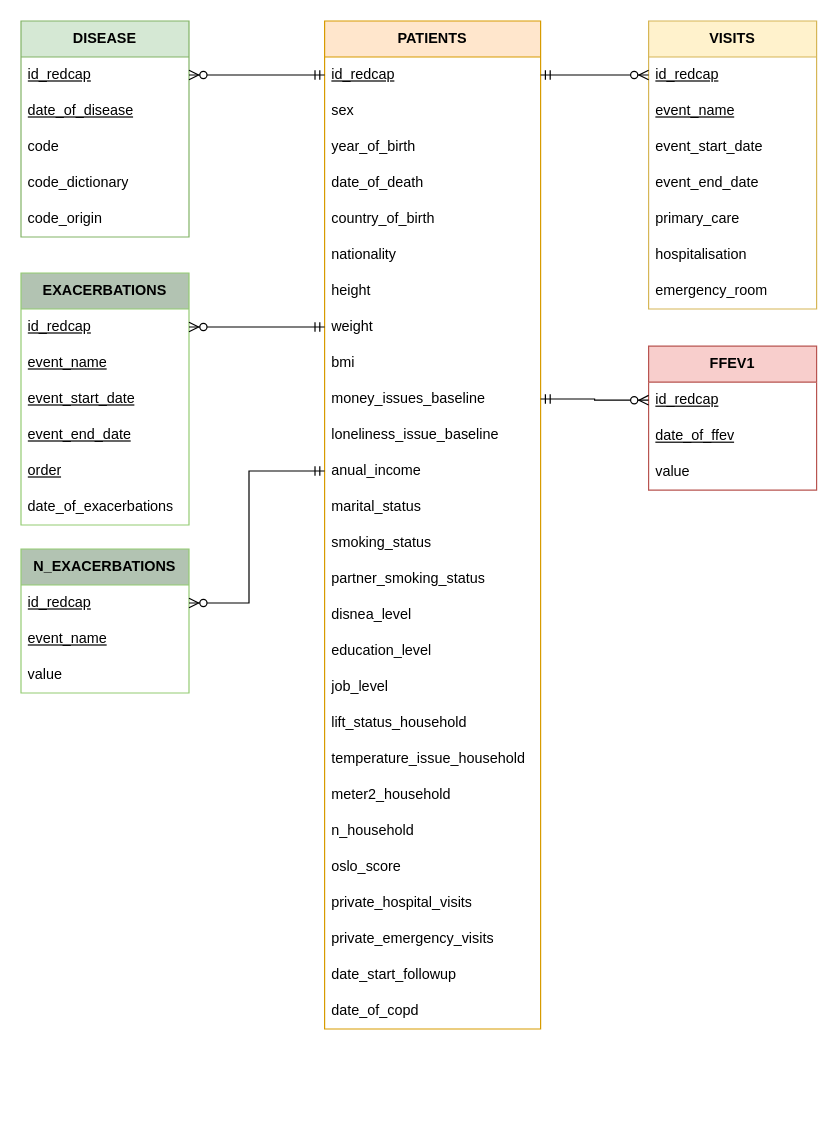
Above: SDEpoc.drawio in asanmej/EpiChron_COPD_Cohort_ETL (draw.io), before the change. Source tidied: cells renumbered, new cells numbered last; positions are measured from the earlier drawing's top-left corner, leaving out a move shared by most shapes. Both pictures are drawn from the tidied source at 120%, with x=0, y=0 at pixel (20, 20).
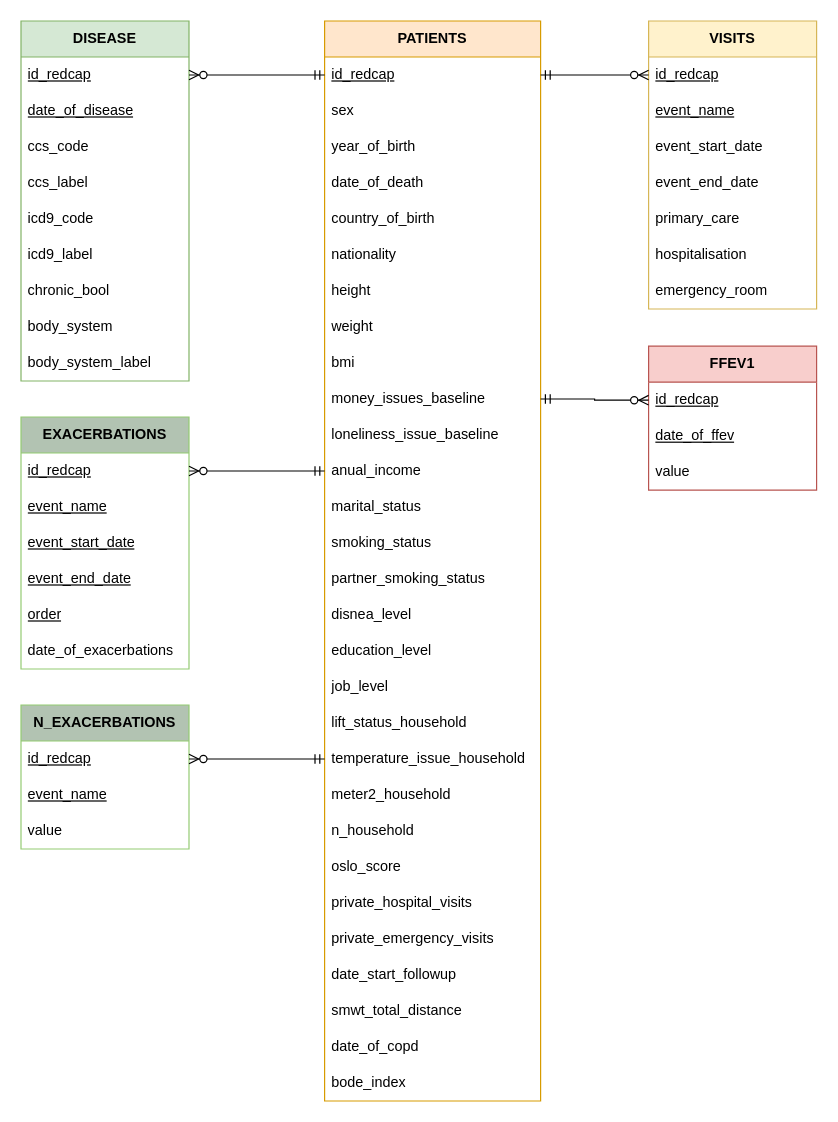
The same page after the edit.

The change refers to these unchanged cells:
```xml
<mxCell id="10" value="weight" style="text;strokeColor=none;fillColor=none;align=left;verticalAlign=middle;spacingLeft=4;spacingRight=4;overflow=hidden;points=[[0,0.5],[1,0.5]];portConstraint=eastwest;whiteSpace=wrap;html=1;" parent="2" vertex="1">
  <mxGeometry y="240" width="180" height="30" as="geometry" />
</mxCell>
<mxCell id="14" value="anual_income" style="text;strokeColor=none;fillColor=none;align=left;verticalAlign=middle;spacingLeft=4;spacingRight=4;overflow=hidden;points=[[0,0.5],[1,0.5]];portConstraint=eastwest;whiteSpace=wrap;html=1;" parent="2" vertex="1">
  <mxGeometry y="360" width="180" height="30" as="geometry" />
</mxCell>
<mxCell id="22" value="temperature_issue_household" style="text;strokeColor=none;fillColor=none;align=left;verticalAlign=middle;spacingLeft=4;spacingRight=4;overflow=hidden;points=[[0,0.5],[1,0.5]];portConstraint=eastwest;whiteSpace=wrap;html=1;" parent="2" vertex="1">
  <mxGeometry y="600" width="180" height="30" as="geometry" />
</mxCell>
<mxCell id="47" value="&lt;u&gt;id_redcap&lt;/u&gt;" style="text;strokeColor=none;fillColor=none;align=left;verticalAlign=middle;spacingLeft=4;spacingRight=4;overflow=hidden;points=[[0,0.5],[1,0.5]];portConstraint=eastwest;whiteSpace=wrap;html=1;" parent="46" vertex="1">
  <mxGeometry y="30" width="140" height="30" as="geometry" />
</mxCell>
<mxCell id="54" value="&lt;u&gt;id_redcap&lt;/u&gt;" style="text;strokeColor=none;fillColor=none;align=left;verticalAlign=middle;spacingLeft=4;spacingRight=4;overflow=hidden;points=[[0,0.5],[1,0.5]];portConstraint=eastwest;whiteSpace=wrap;html=1;" parent="53" vertex="1">
  <mxGeometry y="30" width="140" height="30" as="geometry" />
</mxCell>
```

The edit, as a diff of the source:
```diff
@@
     <mxCell id="2" value="&lt;b&gt;PATIENTS&lt;/b&gt;" style="swimlane;fontStyle=0;horizontal=1;startSize=30;whiteSpace=wrap;html=1;fillColor=#ffe6cc;strokeColor=#d79b00;" parent="1" vertex="1">
-      <mxGeometry x="253" width="180" height="840" as="geometry" />
+      <mxGeometry x="253" width="180" height="900" as="geometry" />
     </mxCell>
@@
+    <mxCell id="64" value="date_start_followup" style="text;strokeColor=none;fillColor=none;align=left;verticalAlign=middle;spacingLeft=4;spacingRight=4;overflow=hidden;whiteSpace=wrap;html=1;" parent="2" vertex="1">
+      <mxGeometry y="780" width="180" height="30" as="geometry" />
+    </mxCell>
-    <mxCell id="28" value="date_start_followup" style="text;strokeColor=none;fillColor=none;align=left;verticalAlign=middle;spacingLeft=4;spacingRight=4;overflow=hidden;whiteSpace=wrap;html=1;" parent="2" vertex="1">
-      <mxGeometry y="780" width="180" height="30" as="geometry" />
+    <mxCell id="28" value="smwt_total_distance" style="text;strokeColor=none;fillColor=none;align=left;verticalAlign=middle;spacingLeft=4;spacingRight=4;overflow=hidden;whiteSpace=wrap;html=1;" parent="2" vertex="1">
+      <mxGeometry y="810" width="180" height="30" as="geometry" />
     </mxCell>
+    <mxCell id="65" value="date_of_copd" style="text;strokeColor=none;fillColor=none;align=left;verticalAlign=middle;spacingLeft=4;spacingRight=4;overflow=hidden;whiteSpace=wrap;html=1;" parent="2" vertex="1">
+      <mxGeometry y="840" width="180" height="30" as="geometry" />
+    </mxCell>
-    <mxCell id="29" value="date_of_copd" style="text;strokeColor=none;fillColor=none;align=left;verticalAlign=middle;spacingLeft=4;spacingRight=4;overflow=hidden;whiteSpace=wrap;html=1;" parent="2" vertex="1">
-      <mxGeometry y="810" width="180" height="30" as="geometry" />
+    <mxCell id="29" value="bode_index" style="text;strokeColor=none;fillColor=none;align=left;verticalAlign=middle;spacingLeft=4;spacingRight=4;overflow=hidden;whiteSpace=wrap;html=1;" parent="2" vertex="1">
+      <mxGeometry y="870" width="180" height="30" as="geometry" />
     </mxCell>
     <mxCell id="30" value="&lt;b&gt;DISEASE&lt;/b&gt;" style="swimlane;fontStyle=0;horizontal=1;startSize=30;whiteSpace=wrap;html=1;fillColor=#d5e8d4;strokeColor=#82b366;" parent="1" vertex="1">
-      <mxGeometry width="140" height="180" as="geometry" />
+      <mxGeometry width="140" height="300" as="geometry" />
     </mxCell>
@@
+    <mxCell id="66" value="ccs_code" style="text;strokeColor=none;fillColor=none;align=left;verticalAlign=middle;spacingLeft=4;spacingRight=4;overflow=hidden;whiteSpace=wrap;html=1;" parent="30" vertex="1">
+      <mxGeometry y="90" width="140" height="30" as="geometry" />
+    </mxCell>
+    <mxCell id="67" value="ccs_label" style="text;strokeColor=none;fillColor=none;align=left;verticalAlign=middle;spacingLeft=4;spacingRight=4;overflow=hidden;whiteSpace=wrap;html=1;" parent="30" vertex="1">
+      <mxGeometry y="120" width="140" height="30" as="geometry" />
+    </mxCell>
+    <mxCell id="68" value="icd9_&lt;span style=&quot;background-color: transparent; color: light-dark(rgb(0, 0, 0), rgb(255, 255, 255));&quot;&gt;code&lt;/span&gt;" style="text;strokeColor=none;fillColor=none;align=left;verticalAlign=middle;spacingLeft=4;spacingRight=4;overflow=hidden;whiteSpace=wrap;html=1;" parent="30" vertex="1">
+      <mxGeometry y="150" width="140" height="30" as="geometry" />
+    </mxCell>
+    <mxCell id="69" value="icd9_label" style="text;strokeColor=none;fillColor=none;align=left;verticalAlign=middle;spacingLeft=4;spacingRight=4;overflow=hidden;whiteSpace=wrap;html=1;" parent="30" vertex="1">
+      <mxGeometry y="180" width="140" height="30" as="geometry" />
+    </mxCell>
+    <mxCell id="70" value="chronic_bool" style="text;strokeColor=none;fillColor=none;align=left;verticalAlign=middle;spacingLeft=4;spacingRight=4;overflow=hidden;whiteSpace=wrap;html=1;" parent="30" vertex="1">
+      <mxGeometry y="210" width="140" height="30" as="geometry" />
+    </mxCell>
+    <mxCell id="71" value="body_system" style="text;strokeColor=none;fillColor=none;align=left;verticalAlign=middle;spacingLeft=4;spacingRight=4;overflow=hidden;whiteSpace=wrap;html=1;" parent="30" vertex="1">
+      <mxGeometry y="240" width="140" height="30" as="geometry" />
+    </mxCell>
-    <mxCell id="33" value="code" style="text;strokeColor=none;fillColor=none;align=left;verticalAlign=middle;spacingLeft=4;spacingRight=4;overflow=hidden;whiteSpace=wrap;html=1;" parent="30" vertex="1">
-      <mxGeometry y="90" width="140" height="30" as="geometry" />
+    <mxCell id="33" value="body_system_label" style="text;strokeColor=none;fillColor=none;align=left;verticalAlign=middle;spacingLeft=4;spacingRight=4;overflow=hidden;whiteSpace=wrap;html=1;" parent="30" vertex="1">
+      <mxGeometry y="270" width="140" height="30" as="geometry" />
     </mxCell>
-    <mxCell id="34" value="code_dictionary" style="text;strokeColor=none;fillColor=none;align=left;verticalAlign=middle;spacingLeft=4;spacingRight=4;overflow=hidden;whiteSpace=wrap;html=1;" parent="30" vertex="1">
-      <mxGeometry y="120" width="140" height="30" as="geometry" />
-    </mxCell>
-    <mxCell id="35" value="code_origin" style="text;strokeColor=none;fillColor=none;align=left;verticalAlign=middle;spacingLeft=4;spacingRight=4;overflow=hidden;whiteSpace=wrap;html=1;" parent="30" vertex="1">
-      <mxGeometry y="150" width="140" height="30" as="geometry" />
-    </mxCell>
@@
     <mxCell id="46" value="&lt;b&gt;EXACERBATIONS&lt;/b&gt;" style="swimlane;fontStyle=0;horizontal=1;startSize=30;whiteSpace=wrap;html=1;fillColor=#B2C3B2;strokeColor=#94CB73;" parent="1" vertex="1">
-      <mxGeometry y="210" width="140" height="210" as="geometry" />
+      <mxGeometry y="330" width="140" height="210" as="geometry" />
     </mxCell>
@@
     <mxCell id="53" value="&lt;b&gt;N_EXACERBATIONS&lt;/b&gt;" style="swimlane;fontStyle=0;horizontal=1;startSize=30;whiteSpace=wrap;html=1;fillColor=#B2C3B2;strokeColor=#94CB73;" parent="1" vertex="1">
-      <mxGeometry y="440" width="140" height="120" as="geometry" />
+      <mxGeometry y="570" width="140" height="120" as="geometry" />
     </mxCell>
@@
-    <mxCell id="57" style="edgeStyle=elbowEdgeStyle;fontSize=12;html=1;endArrow=ERzeroToMany;startArrow=ERmandOne;rounded=0;exitX=0;exitY=0.5;exitDx=0;exitDy=0;entryX=1;entryY=0.5;entryDx=0;entryDy=0;" parent="1" edge="1" source="10" target="47">
+    <mxCell id="57" style="fontSize=12;html=1;endArrow=ERzeroToMany;startArrow=ERmandOne;rounded=0;exitX=0;exitY=0.5;exitDx=0;exitDy=0;entryX=1;entryY=0.5;entryDx=0;entryDy=0;" parent="1" edge="1" source="14" target="47">
       <mxGeometry relative="1" as="geometry" />
     </mxCell>
-    <mxCell id="58" style="edgeStyle=elbowEdgeStyle;fontSize=12;html=1;endArrow=ERzeroToMany;startArrow=ERmandOne;rounded=0;exitX=0;exitY=0.5;exitDx=0;exitDy=0;entryX=1;entryY=0.5;entryDx=0;entryDy=0;" parent="1" edge="1" source="14" target="54">
-      <mxGeometry relative="1" as="geometry">
-        <Array as="points">
-          <mxPoint x="190" y="375" />
-        </Array>
-      </mxGeometry>
+    <mxCell id="58" style="fontSize=12;html=1;endArrow=ERzeroToMany;startArrow=ERmandOne;rounded=0;exitX=0;exitY=0.5;exitDx=0;exitDy=0;entryX=1;entryY=0.5;entryDx=0;entryDy=0;" parent="1" edge="1" source="22" target="54">
+      <mxGeometry relative="1" as="geometry" />
     </mxCell>
```
